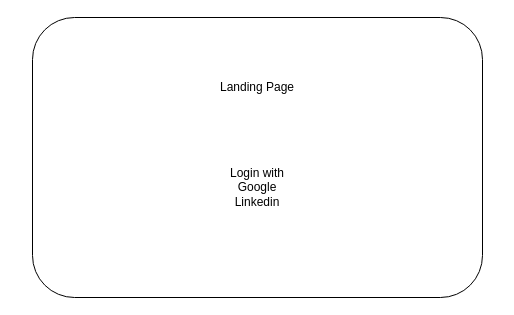
The draw.io diagram page "Landing_Page_1" (1 of 6) of Topkuber_Design.drawio in gonchigars/CKAD-exercises, before the edit. Source tidied: cells renumbered, new cells numbered last; positions are measured from the earlier drawing's top-left corner, leaving out a move shared by most shapes. Both pictures are drawn from the tidied source at 100%, with x=0, y=0 at pixel (17, 17).
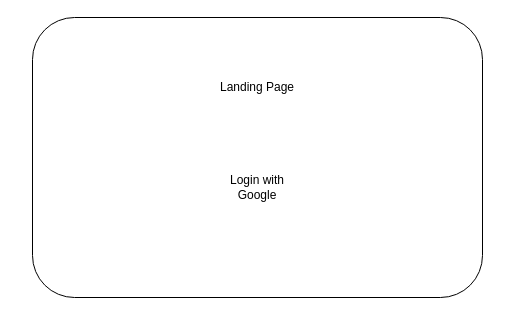
The same page after the edit.

What changed in the source:
```diff
@@
 <mxGraphModel>
   <root>
     <mxCell id="0" />
     <mxCell id="1" parent="0" />
     <mxCell id="2" style="rounded=1;whiteSpace=wrap;html=1;" parent="1" vertex="1">
       <mxGeometry x="15" width="450" height="280" as="geometry" />
     </mxCell>
-    <mxCell id="3" value="Login with&lt;br&gt;Google&lt;br&gt;Linkedin" style="text;html=1;strokeColor=none;fillColor=none;align=center;verticalAlign=middle;whiteSpace=wrap;rounded=0;" parent="1" vertex="1">
+    <mxCell id="3" value="Login with&lt;br&gt;Google&lt;br&gt;" style="text;html=1;strokeColor=none;fillColor=none;align=center;verticalAlign=middle;whiteSpace=wrap;rounded=0;" parent="1" vertex="1">
       <mxGeometry x="125" y="130" width="230" height="80" as="geometry" />
     </mxCell>
     <mxCell id="4" value="Landing Page" style="text;html=1;strokeColor=none;fillColor=none;align=center;verticalAlign=middle;whiteSpace=wrap;rounded=0;" parent="1" vertex="1">
       <mxGeometry y="30" width="480" height="80" as="geometry" />
     </mxCell>
   </root>
 </mxGraphModel>
```
